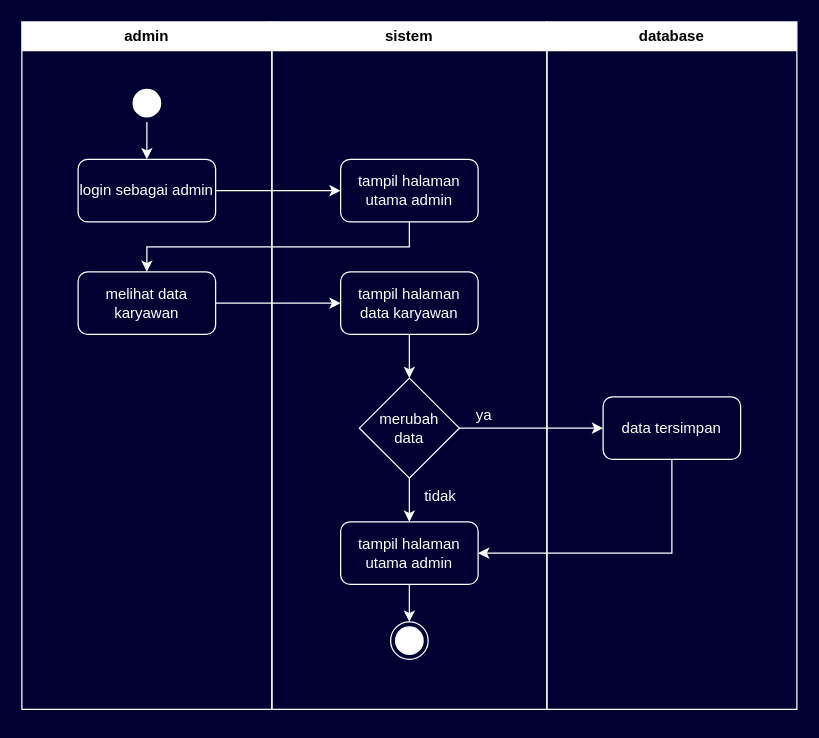
Above: activity diagram admin kelola data desain.drawio in k-barr/Diagram (draw.io), before the change. Source tidied: cells renumbered, new cells numbered last; positions are measured from the earlier drawing's top-left corner, leaving out a move shared by most shapes. Both pictures are drawn from the tidied source at 125%, with x=0, y=0 at pixel (21, 21).
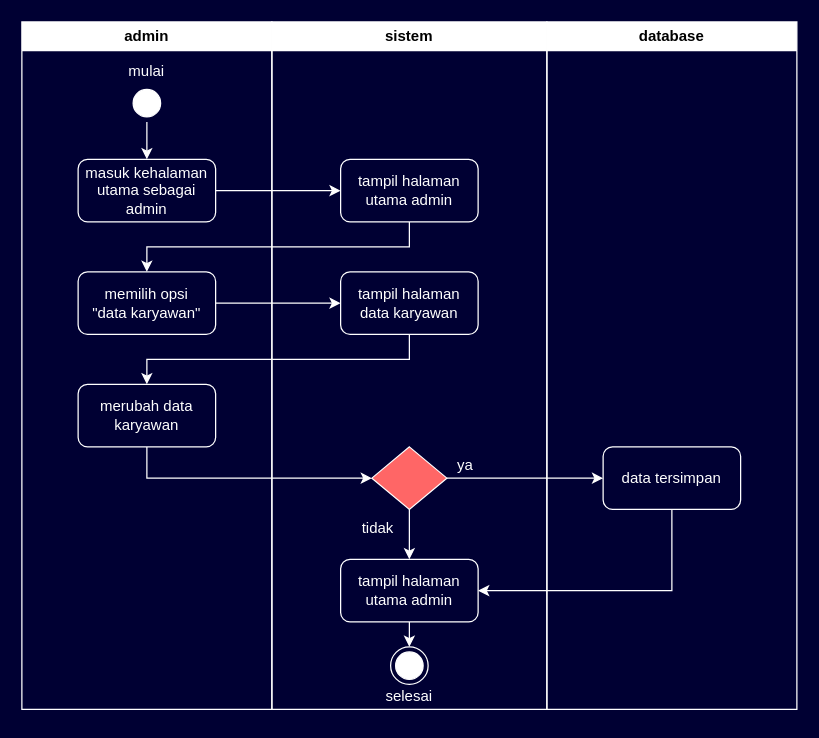
After the change.

The change refers to these unchanged cells:
```xml
<mxCell id="2" value="admin" style="swimlane;whiteSpace=wrap;html=1;strokeColor=#FFFFFF;" parent="1" vertex="1">
  <mxGeometry width="200" height="550" as="geometry" />
</mxCell>
<mxCell id="7" value="sistem" style="swimlane;whiteSpace=wrap;html=1;strokeColor=#FFFFFF;" parent="1" vertex="1">
  <mxGeometry x="200" width="220" height="550" as="geometry" />
</mxCell>
<mxCell id="11" value="&lt;font color=&quot;#ffffff&quot;&gt;tampil halaman data karyawan&lt;/font&gt;" style="html=1;whiteSpace=wrap;fillColor=none;strokeColor=#FFFFFF;rounded=1;" parent="7" vertex="1">
  <mxGeometry x="55" y="200" width="110" height="50" as="geometry" />
</mxCell>
<mxCell id="18" value="database" style="swimlane;whiteSpace=wrap;html=1;strokeColor=#FFFFFF;startSize=23;" parent="1" vertex="1">
  <mxGeometry x="420" width="200" height="550" as="geometry" />
</mxCell>
```

Change to the diagram source:
```diff
@@
-    <mxCell id="5" value="&lt;font color=&quot;#ffffff&quot;&gt;login sebagai admin&lt;/font&gt;" style="html=1;whiteSpace=wrap;fillColor=none;strokeColor=#FFFFFF;rounded=1;" parent="2" vertex="1">
+    <mxCell id="5" value="&lt;font color=&quot;#ffffff&quot;&gt;masuk kehalaman utama sebagai admin&lt;/font&gt;" style="html=1;whiteSpace=wrap;fillColor=none;strokeColor=#FFFFFF;rounded=1;" parent="2" vertex="1">
       <mxGeometry x="45" y="110" width="110" height="50" as="geometry" />
     </mxCell>
-    <mxCell id="6" value="&lt;font color=&quot;#ffffff&quot;&gt;melihat data karyawan&lt;/font&gt;" style="html=1;whiteSpace=wrap;fillColor=none;strokeColor=#FFFFFF;rounded=1;" parent="2" vertex="1">
+    <mxCell id="6" value="&lt;font color=&quot;#ffffff&quot;&gt;memilih opsi&lt;/font&gt;&lt;div&gt;&lt;font color=&quot;#ffffff&quot;&gt;&quot;data karyawan&quot;&lt;/font&gt;&lt;/div&gt;" style="html=1;whiteSpace=wrap;fillColor=none;strokeColor=#FFFFFF;rounded=1;" parent="2" vertex="1">
       <mxGeometry x="45" y="200" width="110" height="50" as="geometry" />
     </mxCell>
+    <mxCell id="25" value="&lt;font color=&quot;#ffffff&quot;&gt;merubah data karyawan&lt;/font&gt;" style="html=1;whiteSpace=wrap;fillColor=none;strokeColor=#FFFFFF;rounded=1;" parent="2" vertex="1">
+      <mxGeometry x="45" y="290" width="110" height="50" as="geometry" />
+    </mxCell>
+    <mxCell id="26" value="&lt;font color=&quot;#ffffff&quot;&gt;mulai&lt;/font&gt;" style="text;html=1;align=center;verticalAlign=middle;whiteSpace=wrap;rounded=0;" parent="2" vertex="1">
+      <mxGeometry x="70" y="25" width="60" height="30" as="geometry" />
+    </mxCell>
@@
     <mxCell id="8" style="ellipse;html=1;shape=endState;fillColor=#FFFFFF;strokeColor=#FFFFFF;" parent="7" vertex="1">
-      <mxGeometry x="95" y="480" width="30" height="30" as="geometry" />
+      <mxGeometry x="95" y="500" width="30" height="30" as="geometry" />
     </mxCell>
@@
-    <mxCell id="10" style="edgeStyle=orthogonalEdgeStyle;rounded=0;jettySize=auto;html=1;exitX=0.5;exitY=1;exitDx=0;exitDy=0;entryX=0.5;entryY=0;entryDx=0;entryDy=0;strokeColor=#FFFFFF;" parent="7" edge="1" source="11" target="13">
-      <mxGeometry relative="1" as="geometry" />
-    </mxCell>
@@
-    <mxCell id="12" style="edgeStyle=orthogonalEdgeStyle;rounded=0;jettySize=auto;html=1;exitX=0.5;exitY=1;exitDx=0;exitDy=0;entryX=0.5;entryY=0;entryDx=0;entryDy=0;strokeColor=#FFFFFF;" parent="7" edge="1" source="13" target="15">
+    <mxCell id="12" style="edgeStyle=orthogonalEdgeStyle;rounded=0;jettySize=auto;html=1;exitX=0.5;exitY=1;exitDx=0;exitDy=0;entryX=0.5;entryY=0;entryDx=0;entryDy=0;strokeColor=#FFFFFF;" parent="7" edge="1" source="27" target="15">
       <mxGeometry relative="1" as="geometry" />
     </mxCell>
-    <mxCell id="13" value="&lt;font color=&quot;#ffffff&quot;&gt;merubah&lt;/font&gt;&lt;div&gt;&lt;font color=&quot;#ffffff&quot;&gt;data&lt;/font&gt;&lt;/div&gt;" style="rhombus;whiteSpace=wrap;html=1;fillColor=none;strokeColor=#FFFFFF;" parent="7" vertex="1">
-      <mxGeometry x="70" y="285" width="80" height="80" as="geometry" />
-    </mxCell>
@@
     <mxCell id="15" value="&lt;font color=&quot;#ffffff&quot;&gt;tampil halaman utama admin&lt;/font&gt;" style="html=1;whiteSpace=wrap;fillColor=none;strokeColor=#FFFFFF;rounded=1;" parent="7" vertex="1">
-      <mxGeometry x="55" y="400" width="110" height="50" as="geometry" />
+      <mxGeometry x="55" y="430" width="110" height="50" as="geometry" />
     </mxCell>
     <mxCell id="16" value="&lt;font color=&quot;#ffffff&quot;&gt;ya&lt;/font&gt;" style="text;html=1;align=center;verticalAlign=middle;whiteSpace=wrap;rounded=0;" parent="7" vertex="1">
-      <mxGeometry x="140" y="300" width="60" height="30" as="geometry" />
+      <mxGeometry x="125" y="340" width="60" height="30" as="geometry" />
     </mxCell>
     <mxCell id="17" value="&lt;font color=&quot;#ffffff&quot;&gt;tidak&lt;/font&gt;" style="text;html=1;align=center;verticalAlign=middle;whiteSpace=wrap;rounded=0;" parent="7" vertex="1">
-      <mxGeometry x="105" y="365" width="60" height="30" as="geometry" />
+      <mxGeometry x="55" y="390" width="60" height="30" as="geometry" />
     </mxCell>
+    <mxCell id="27" style="rhombus;whiteSpace=wrap;html=1;strokeColor=#FFFFFF;fillColor=#FF6666;" parent="7" vertex="1">
+      <mxGeometry x="80" y="340" width="60" height="50" as="geometry" />
+    </mxCell>
+    <mxCell id="28" value="&lt;font color=&quot;#ffffff&quot;&gt;selesai&lt;/font&gt;" style="text;html=1;align=center;verticalAlign=middle;whiteSpace=wrap;rounded=0;" parent="7" vertex="1">
+      <mxGeometry x="80" y="525" width="60" height="30" as="geometry" />
+    </mxCell>
@@
     <mxCell id="19" value="&lt;font color=&quot;#ffffff&quot;&gt;data tersimpan&lt;/font&gt;" style="html=1;whiteSpace=wrap;fillColor=none;strokeColor=#FFFFFF;rounded=1;" parent="18" vertex="1">
-      <mxGeometry x="45" y="300" width="110" height="50" as="geometry" />
+      <mxGeometry x="45" y="340" width="110" height="50" as="geometry" />
     </mxCell>
@@
-    <mxCell id="23" style="edgeStyle=orthogonalEdgeStyle;rounded=0;jettySize=auto;html=1;exitX=1;exitY=0.5;exitDx=0;exitDy=0;entryX=0;entryY=0.5;entryDx=0;entryDy=0;strokeColor=#FFFFFF;" parent="1" edge="1" source="13" target="19">
+    <mxCell id="23" style="edgeStyle=orthogonalEdgeStyle;rounded=0;jettySize=auto;html=1;entryX=0;entryY=0.5;entryDx=0;entryDy=0;strokeColor=#FFFFFF;exitX=1;exitY=0.5;exitDx=0;exitDy=0;" parent="1" edge="1" source="27" target="19">
       <mxGeometry relative="1" as="geometry" />
     </mxCell>
@@
+    <mxCell id="10" style="edgeStyle=orthogonalEdgeStyle;rounded=0;jettySize=auto;html=1;exitX=0.5;exitY=1;exitDx=0;exitDy=0;entryX=0.5;entryY=0;entryDx=0;entryDy=0;strokeColor=#FFFFFF;" parent="1" edge="1" source="11" target="25">
+      <mxGeometry relative="1" as="geometry" />
+    </mxCell>
+    <mxCell id="29" style="edgeStyle=orthogonalEdgeStyle;rounded=0;jettySize=auto;html=1;exitX=0.5;exitY=1;exitDx=0;exitDy=0;entryX=0;entryY=0.5;entryDx=0;entryDy=0;strokeColor=#FFFFFF;" parent="1" edge="1" source="25" target="27">
+      <mxGeometry relative="1" as="geometry" />
+    </mxCell>
```
